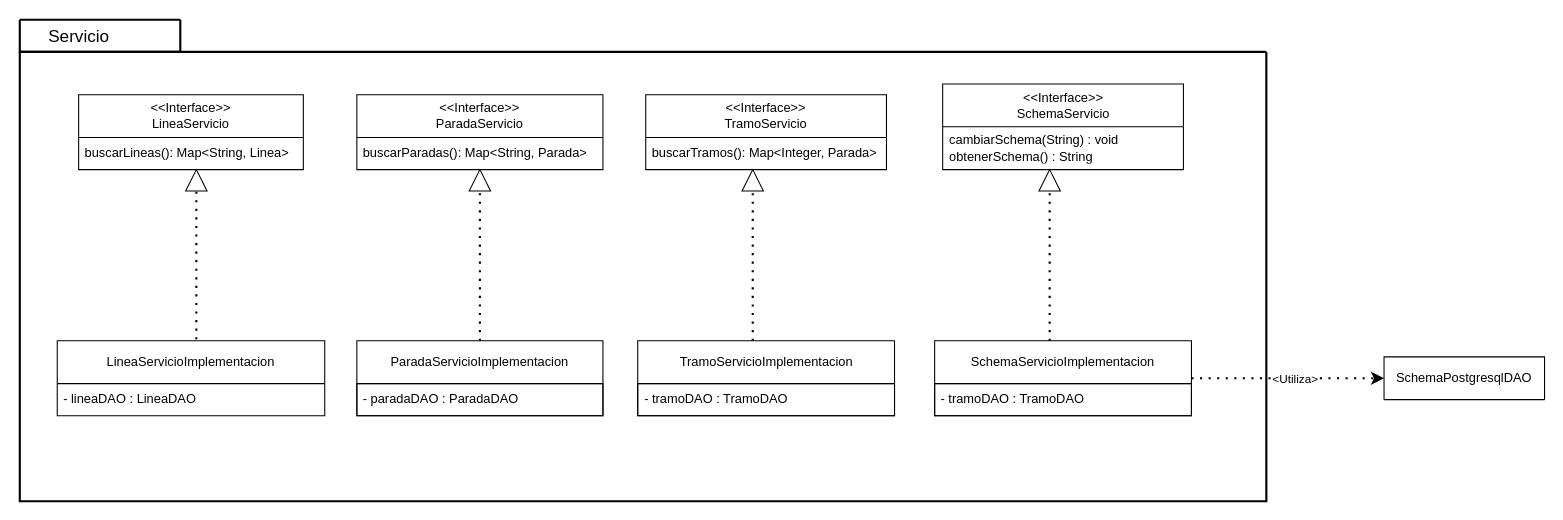
AverageZeko/POO-colectivos keeps this draw.io diagram as docs/uml/drawio/colectivo.servicio.drawio. Above is the earlier version. Source tidied: cells renumbered, new cells numbered last; positions are measured from the earlier drawing's top-left corner, leaving out a move shared by most shapes. Both pictures are drawn from the tidied source at 107%, with x=0, y=0 at pixel (19, 19).
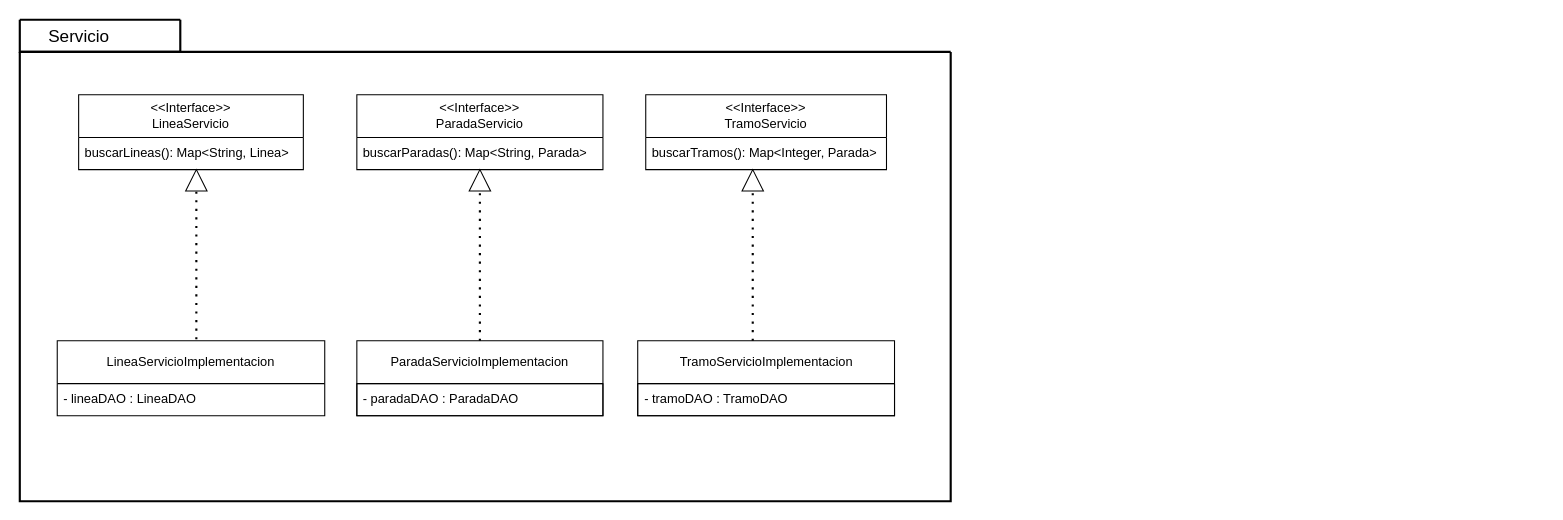
The same diagram, later.

What changed in the source:
```diff
@@
     <mxCell id="2" style="swimlane;startSize=0;align=center;strokeWidth=2;" parent="1" vertex="1">
-      <mxGeometry y="30" width="1165" height="420" as="geometry" />
+      <mxGeometry y="30" width="870" height="420" as="geometry" />
     </mxCell>
@@
-    <mxCell id="21" value="SchemaServicioImplementacion" style="swimlane;fontStyle=0;horizontal=1;startSize=40;whiteSpace=wrap;html=1;" parent="2" vertex="1">
-      <mxGeometry x="855" y="270" width="240" height="70" as="geometry" />
-    </mxCell>
-    <mxCell id="22" value="- tramoDAO : TramoDAO" style="text;strokeColor=default;fillColor=none;align=left;verticalAlign=middle;spacingLeft=4;spacingRight=4;overflow=hidden;whiteSpace=wrap;html=1;" parent="21" vertex="1">
-      <mxGeometry y="40" width="240" height="30" as="geometry" />
-    </mxCell>
-    <mxCell id="23" style="triangle;whiteSpace=wrap;html=1;direction=north;" parent="2" vertex="1">
-      <mxGeometry x="952.5" y="110" width="20" height="20" as="geometry" />
-    </mxCell>
-    <mxCell id="24" value="&lt;div&gt;&amp;lt;&amp;lt;Interface&amp;gt;&amp;gt;&lt;/div&gt;&lt;div&gt;SchemaServicio&lt;/div&gt;" style="swimlane;fontStyle=0;horizontal=1;startSize=40;whiteSpace=wrap;html=1;" parent="2" vertex="1">
-      <mxGeometry x="862.5" y="30" width="225" height="80" as="geometry" />
-    </mxCell>
-    <mxCell id="25" value="&lt;div&gt;cambiarSchema(String) : void&lt;/div&gt;&lt;div&gt;obtenerSchema() : String&lt;/div&gt;" style="text;strokeColor=none;fillColor=none;align=left;verticalAlign=middle;spacingLeft=4;spacingRight=4;overflow=hidden;whiteSpace=wrap;html=1;" parent="24" vertex="1">
-      <mxGeometry y="40" width="225" height="40" as="geometry" />
-    </mxCell>
-    <mxCell id="26" style="endArrow=none;dashed=1;html=1;dashPattern=1 3;strokeWidth=2;rounded=0;entryX=0;entryY=0.5;entryDx=0;entryDy=0;edgeStyle=orthogonalEdgeStyle;startArrow=none;startFill=0;" parent="2" edge="1" target="23">
-      <mxGeometry relative="1" as="geometry">
-        <mxPoint x="962.5" y="270" as="sourcePoint" />
-        <Array as="points">
-          <mxPoint x="962.5" y="270" />
-        </Array>
-      </mxGeometry>
-    </mxCell>
@@
-    <mxCell id="29" value="SchemaPostgresqlDAO" style="swimlane;fontStyle=0;horizontal=1;startSize=100;whiteSpace=wrap;html=1;" parent="1" vertex="1">
-      <mxGeometry x="1275" y="315" width="150" height="40" as="geometry" />
-    </mxCell>
-    <mxCell id="30" style="endArrow=classic;dashed=1;html=1;dashPattern=1 3;strokeWidth=2;rounded=0;entryX=0;entryY=0.5;entryDx=0;entryDy=0;exitX=1;exitY=0.5;exitDx=0;exitDy=0;endFill=1;" parent="1" edge="1" source="21" target="29">
-      <mxGeometry relative="1" as="geometry" />
-    </mxCell>
-    <mxCell id="31" value="&amp;lt;Utiliza&amp;gt;" style="edgeLabel;html=1;align=center;verticalAlign=middle;" parent="30" vertex="1">
-      <mxGeometry x="-0.08" y="4" relative="1" as="geometry">
-        <mxPoint x="13" y="4" as="offset" />
-      </mxGeometry>
-    </mxCell>
```
